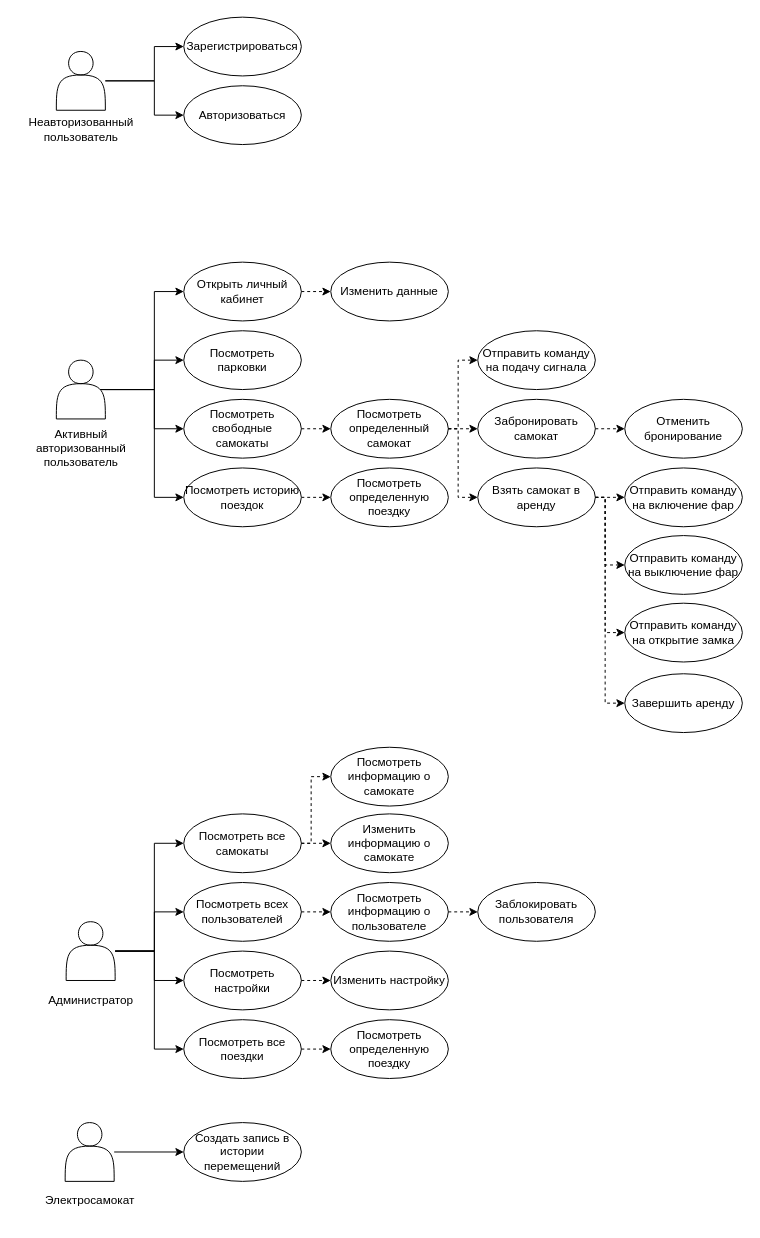
This is docs/inc/img/use-cases.drawio from matveycodes/bmstu-db-cw, a draw.io file, before an edit. Source tidied: cells renumbered, new cells numbered last; positions are measured from the earlier drawing's top-left corner, leaving out a move shared by most shapes. Both pictures are drawn from the tidied source at 98%, with x=0, y=0 at pixel (17, 17).
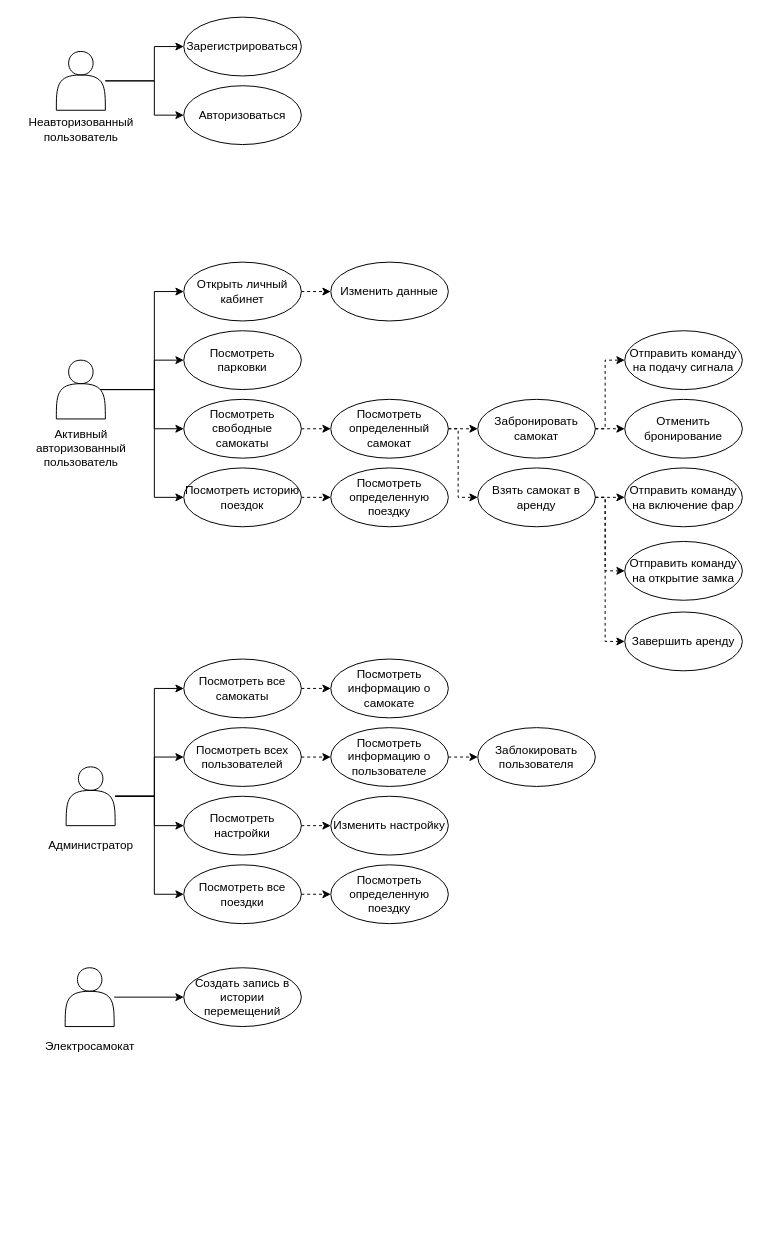
After the change.

Commit message (it also covers changes not shown here):
chore: update use cases

The change refers to these unchanged cells:
```xml
<mxCell id="28" style="shape=actor;whiteSpace=wrap;html=1;" parent="27" vertex="1">
  <mxGeometry x="40" width="50" height="60" as="geometry" />
</mxCell>
<mxCell id="48" value="Взять самокат в аренду" style="ellipse;whiteSpace=wrap;html=1;" parent="1" vertex="1">
  <mxGeometry x="470" y="460" width="120" height="60" as="geometry" />
</mxCell>
<mxCell id="52" value="Забронировать самокат" style="ellipse;whiteSpace=wrap;html=1;" parent="1" vertex="1">
  <mxGeometry x="470" y="390" width="120" height="60" as="geometry" />
</mxCell>
```

Diff of the diagram source:
```diff
@@
-    <mxCell id="12" style="group;" parent="1" vertex="1">
-      <mxGeometry x="170" y="180" width="270" height="550" as="geometry" />
-    </mxCell>
-    <mxCell id="13" value="Открыть личный кабинет" style="ellipse;whiteSpace=wrap;html=1;" parent="12" vertex="1">
-      <mxGeometry y="70" width="120" height="60" as="geometry" />
-    </mxCell>
-    <mxCell id="14" value="Посмотреть парковки" style="ellipse;whiteSpace=wrap;html=1;" parent="12" vertex="1">
-      <mxGeometry y="140" width="120" height="60" as="geometry" />
-    </mxCell>
-    <mxCell id="15" value="Посмотреть свободные самокаты" style="ellipse;whiteSpace=wrap;html=1;" parent="12" vertex="1">
-      <mxGeometry y="210" width="120" height="60" as="geometry" />
-    </mxCell>
-    <mxCell id="16" style="edgeStyle=orthogonalEdgeStyle;rounded=0;jettySize=auto;html=1;exitX=1;exitY=0.5;exitDx=0;exitDy=0;entryX=0;entryY=0.5;entryDx=0;entryDy=0;dashed=1;" parent="12" edge="1" source="17" target="18">
-      <mxGeometry relative="1" as="geometry" />
-    </mxCell>
-    <mxCell id="17" value="Посмотреть историю поездок" style="ellipse;whiteSpace=wrap;html=1;" parent="12" vertex="1">
-      <mxGeometry y="280" width="120" height="60" as="geometry" />
-    </mxCell>
-    <mxCell id="18" value="Посмотреть определенную поездку" style="ellipse;whiteSpace=wrap;html=1;" parent="12" vertex="1">
-      <mxGeometry x="150" y="280" width="120" height="60" as="geometry" />
-    </mxCell>
-    <mxCell id="19" value="Изменить данные" style="ellipse;whiteSpace=wrap;html=1;" parent="12" vertex="1">
-      <mxGeometry x="150" y="70" width="120" height="60" as="geometry" />
-    </mxCell>
-    <mxCell id="20" style="edgeStyle=orthogonalEdgeStyle;rounded=0;jettySize=auto;html=1;exitX=1;exitY=0.5;exitDx=0;exitDy=0;entryX=0;entryY=0.5;entryDx=0;entryDy=0;dashed=1;" parent="12" edge="1" source="13" target="19">
-      <mxGeometry relative="1" as="geometry" />
-    </mxCell>
-    <mxCell id="21" value="Посмотреть определенный самокат" style="ellipse;whiteSpace=wrap;html=1;" parent="12" vertex="1">
-      <mxGeometry x="150" y="210" width="120" height="60" as="geometry" />
-    </mxCell>
-    <mxCell id="22" style="edgeStyle=orthogonalEdgeStyle;rounded=0;jettySize=auto;html=1;exitX=1;exitY=0.5;exitDx=0;exitDy=0;entryX=0;entryY=0.5;entryDx=0;entryDy=0;dashed=1;" parent="12" edge="1" source="15" target="21">
-      <mxGeometry relative="1" as="geometry" />
-    </mxCell>
@@
     <mxCell id="27" style="group;" parent="1" vertex="1">
-      <mxGeometry x="10" y="923" width="140" height="100" as="geometry" />
+      <mxGeometry x="10" y="765" width="140" height="100" as="geometry" />
     </mxCell>
@@
     <mxCell id="30" value="Посмотреть все самокаты" style="ellipse;whiteSpace=wrap;html=1;" parent="1" vertex="1">
-      <mxGeometry x="170" y="813" width="120" height="60" as="geometry" />
+      <mxGeometry x="170" y="655" width="120" height="60" as="geometry" />
     </mxCell>
     <mxCell id="31" value="Посмотреть всех пользователей" style="ellipse;whiteSpace=wrap;html=1;" parent="1" vertex="1">
-      <mxGeometry x="170" y="883" width="120" height="60" as="geometry" />
+      <mxGeometry x="170" y="725" width="120" height="60" as="geometry" />
     </mxCell>
     <mxCell id="32" value="Посмотреть настройки" style="ellipse;whiteSpace=wrap;html=1;" parent="1" vertex="1">
-      <mxGeometry x="170" y="953" width="120" height="60" as="geometry" />
+      <mxGeometry x="170" y="795" width="120" height="60" as="geometry" />
     </mxCell>
     <mxCell id="33" value="Посмотреть определенную поездку" style="ellipse;whiteSpace=wrap;html=1;" parent="1" vertex="1">
-      <mxGeometry x="320" y="1023" width="120" height="60" as="geometry" />
+      <mxGeometry x="320" y="865" width="120" height="60" as="geometry" />
     </mxCell>
     <mxCell id="34" value="Посмотреть все поездки" style="ellipse;whiteSpace=wrap;html=1;" parent="1" vertex="1">
-      <mxGeometry x="170" y="1023" width="120" height="60" as="geometry" />
+      <mxGeometry x="170" y="865" width="120" height="60" as="geometry" />
     </mxCell>
     <mxCell id="35" style="edgeStyle=orthogonalEdgeStyle;rounded=0;jettySize=auto;html=1;entryX=0;entryY=0.5;entryDx=0;entryDy=0;" parent="1" edge="1" source="28" target="30">
       <mxGeometry relative="1" as="geometry">
         <Array as="points">
-          <mxPoint x="140" y="953" />
-          <mxPoint x="140" y="843" />
+          <mxPoint x="140" y="795" />
+          <mxPoint x="140" y="685" />
         </Array>
       </mxGeometry>
     </mxCell>
     <mxCell id="36" style="edgeStyle=orthogonalEdgeStyle;rounded=0;jettySize=auto;html=1;entryX=0;entryY=0.5;entryDx=0;entryDy=0;" parent="1" edge="1" source="28" target="31">
       <mxGeometry relative="1" as="geometry">
         <Array as="points">
-          <mxPoint x="140" y="953" />
-          <mxPoint x="140" y="913" />
+          <mxPoint x="140" y="795" />
+          <mxPoint x="140" y="755" />
         </Array>
       </mxGeometry>
     </mxCell>
     <mxCell id="37" style="edgeStyle=orthogonalEdgeStyle;rounded=0;jettySize=auto;html=1;entryX=0;entryY=0.5;entryDx=0;entryDy=0;" parent="1" edge="1" source="28" target="32">
       <mxGeometry relative="1" as="geometry">
         <Array as="points">
-          <mxPoint x="140" y="953" />
-          <mxPoint x="140" y="983" />
+          <mxPoint x="140" y="795" />
+          <mxPoint x="140" y="825" />
         </Array>
       </mxGeometry>
     </mxCell>
     <mxCell id="38" style="edgeStyle=orthogonalEdgeStyle;rounded=0;jettySize=auto;html=1;entryX=0;entryY=0.5;entryDx=0;entryDy=0;" parent="1" edge="1" source="28" target="34">
       <mxGeometry relative="1" as="geometry">
         <Array as="points">
-          <mxPoint x="140" y="953" />
-          <mxPoint x="140" y="1053" />
+          <mxPoint x="140" y="795" />
+          <mxPoint x="140" y="895" />
         </Array>
       </mxGeometry>
     </mxCell>
     <mxCell id="39" value="Посмотреть информацию о пользователе" style="ellipse;whiteSpace=wrap;html=1;" parent="1" vertex="1">
-      <mxGeometry x="320" y="883" width="120" height="60" as="geometry" />
+      <mxGeometry x="320" y="725" width="120" height="60" as="geometry" />
     </mxCell>
     <mxCell id="40" value="Заблокировать пользователя" style="ellipse;whiteSpace=wrap;html=1;" parent="1" vertex="1">
-      <mxGeometry x="470" y="883" width="120" height="60" as="geometry" />
+      <mxGeometry x="470" y="725" width="120" height="60" as="geometry" />
     </mxCell>
     <mxCell id="41" value="Посмотреть информацию о самокате" style="ellipse;whiteSpace=wrap;html=1;" parent="1" vertex="1">
-      <mxGeometry x="320" y="745" width="120" height="60" as="geometry" />
+      <mxGeometry x="320" y="655" width="120" height="60" as="geometry" />
     </mxCell>
-    <mxCell id="42" value="Изменить информацию о самокате" style="ellipse;whiteSpace=wrap;html=1;" parent="1" vertex="1">
-      <mxGeometry x="320" y="813" width="120" height="60" as="geometry" />
-    </mxCell>
     <mxCell id="43" style="group;" parent="1" vertex="1">
-      <mxGeometry x="9" y="1128" width="130" height="100" as="geometry" />
+      <mxGeometry x="9" y="970" width="130" height="100" as="geometry" />
     </mxCell>
@@
     <mxCell id="46" value="Создать запись в истории перемещений" style="ellipse;whiteSpace=wrap;html=1;" parent="1" vertex="1">
-      <mxGeometry x="170" y="1128" width="120" height="60" as="geometry" />
+      <mxGeometry x="170" y="970" width="120" height="60" as="geometry" />
     </mxCell>
@@
     <mxCell id="49" value="Завершить аренду" style="ellipse;whiteSpace=wrap;html=1;" parent="1" vertex="1">
-      <mxGeometry x="620" y="670" width="120" height="60" as="geometry" />
+      <mxGeometry x="620" y="607" width="120" height="60" as="geometry" />
     </mxCell>
@@
+    <mxCell id="71" style="edgeStyle=orthogonalEdgeStyle;rounded=0;jettySize=auto;html=1;exitX=1;exitY=0.5;exitDx=0;exitDy=0;entryX=0;entryY=0.5;entryDx=0;entryDy=0;dashed=1;" parent="1" edge="1" source="52" target="56">
+      <mxGeometry relative="1" as="geometry">
+        <Array as="points">
+          <mxPoint x="600" y="420" />
+          <mxPoint x="600" y="350" />
+        </Array>
+      </mxGeometry>
+    </mxCell>
@@
     <mxCell id="56" value="Отправить команду на подачу сигнала" style="ellipse;whiteSpace=wrap;html=1;" parent="1" vertex="1">
-      <mxGeometry x="470" y="320" width="120" height="60" as="geometry" />
+      <mxGeometry x="620" y="320" width="120" height="60" as="geometry" />
     </mxCell>
-    <mxCell id="57" style="edgeStyle=orthogonalEdgeStyle;rounded=0;jettySize=auto;html=1;entryX=0;entryY=0.5;entryDx=0;entryDy=0;dashed=1;exitX=1;exitY=0.5;exitDx=0;exitDy=0;" parent="1" edge="1" source="21" target="56">
-      <mxGeometry relative="1" as="geometry">
-        <Array as="points">
-          <mxPoint x="450" y="420" />
-          <mxPoint x="450" y="350" />
-        </Array>
-      </mxGeometry>
-    </mxCell>
     <mxCell id="58" value="Отправить команду на открытие замка" style="ellipse;whiteSpace=wrap;html=1;" parent="1" vertex="1">
-      <mxGeometry x="620" y="598" width="120" height="60" as="geometry" />
+      <mxGeometry x="620" y="535" width="120" height="60" as="geometry" />
     </mxCell>
@@
-    <mxCell id="60" value="Отправить команду на выключение фар" style="ellipse;whiteSpace=wrap;html=1;" parent="1" vertex="1">
-      <mxGeometry x="620" y="529" width="120" height="60" as="geometry" />
-    </mxCell>
-    <mxCell id="61" style="edgeStyle=orthogonalEdgeStyle;rounded=0;jettySize=auto;html=1;entryX=0;entryY=0.5;entryDx=0;entryDy=0;dashed=1;exitX=1;exitY=0.5;exitDx=0;exitDy=0;" parent="1" edge="1" source="48" target="60">
-      <mxGeometry relative="1" as="geometry">
-        <Array as="points">
-          <mxPoint x="600" y="490" />
-          <mxPoint x="600" y="559" />
-        </Array>
-      </mxGeometry>
-    </mxCell>
     <mxCell id="62" style="edgeStyle=orthogonalEdgeStyle;rounded=0;jettySize=auto;html=1;entryX=0;entryY=0.5;entryDx=0;entryDy=0;dashed=1;exitX=1;exitY=0.5;exitDx=0;exitDy=0;" parent="1" edge="1" source="48" target="58">
       <mxGeometry relative="1" as="geometry">
         <Array as="points">
           <mxPoint x="600" y="490" />
-          <mxPoint x="600" y="628" />
+          <mxPoint x="600" y="565" />
         </Array>
       </mxGeometry>
     </mxCell>
     <mxCell id="63" style="edgeStyle=orthogonalEdgeStyle;rounded=0;jettySize=auto;html=1;entryX=0;entryY=0.5;entryDx=0;entryDy=0;dashed=1;exitX=1;exitY=0.5;exitDx=0;exitDy=0;" parent="1" edge="1" source="48" target="49">
       <mxGeometry relative="1" as="geometry">
         <Array as="points">
           <mxPoint x="600" y="490" />
-          <mxPoint x="600" y="700" />
+          <mxPoint x="600" y="637" />
         </Array>
       </mxGeometry>
     </mxCell>
     <mxCell id="64" value="Изменить настройку" style="ellipse;whiteSpace=wrap;html=1;" parent="1" vertex="1">
-      <mxGeometry x="320" y="953" width="120" height="60" as="geometry" />
+      <mxGeometry x="320" y="795" width="120" height="60" as="geometry" />
     </mxCell>
@@
-    <mxCell id="68" style="edgeStyle=orthogonalEdgeStyle;rounded=0;jettySize=auto;html=1;entryX=0;entryY=0.5;entryDx=0;entryDy=0;dashed=1;exitX=1;exitY=0.5;exitDx=0;exitDy=0;" parent="1" edge="1" source="30" target="42">
-      <mxGeometry relative="1" as="geometry" />
-    </mxCell>
     <mxCell id="69" style="edgeStyle=orthogonalEdgeStyle;rounded=0;jettySize=auto;html=1;entryX=0;entryY=0.5;entryDx=0;entryDy=0;dashed=1;exitX=1;exitY=0.5;exitDx=0;exitDy=0;" parent="1" edge="1" source="30" target="41">
       <mxGeometry relative="1" as="geometry">
         <Array as="points">
-          <mxPoint x="300" y="843" />
-          <mxPoint x="300" y="775" />
+          <mxPoint x="310" y="685" />
+          <mxPoint x="310" y="685" />
         </Array>
       </mxGeometry>
     </mxCell>
@@
+    <mxCell id="13" value="Открыть личный кабинет" style="ellipse;whiteSpace=wrap;html=1;" parent="1" vertex="1">
+      <mxGeometry x="170" y="250" width="120" height="60" as="geometry" />
+    </mxCell>
+    <mxCell id="14" value="Посмотреть парковки" style="ellipse;whiteSpace=wrap;html=1;" parent="1" vertex="1">
+      <mxGeometry x="170" y="320" width="120" height="60" as="geometry" />
+    </mxCell>
+    <mxCell id="15" value="Посмотреть свободные самокаты" style="ellipse;whiteSpace=wrap;html=1;" parent="1" vertex="1">
+      <mxGeometry x="170" y="390" width="120" height="60" as="geometry" />
+    </mxCell>
+    <mxCell id="16" style="edgeStyle=orthogonalEdgeStyle;rounded=0;jettySize=auto;html=1;exitX=1;exitY=0.5;exitDx=0;exitDy=0;entryX=0;entryY=0.5;entryDx=0;entryDy=0;dashed=1;" parent="1" edge="1" source="17" target="18">
+      <mxGeometry relative="1" as="geometry" />
+    </mxCell>
+    <mxCell id="17" value="Посмотреть историю поездок" style="ellipse;whiteSpace=wrap;html=1;" parent="1" vertex="1">
+      <mxGeometry x="170" y="460" width="120" height="60" as="geometry" />
+    </mxCell>
+    <mxCell id="18" value="Посмотреть определенную поездку" style="ellipse;whiteSpace=wrap;html=1;" parent="1" vertex="1">
+      <mxGeometry x="320" y="460" width="120" height="60" as="geometry" />
+    </mxCell>
+    <mxCell id="19" value="Изменить данные" style="ellipse;whiteSpace=wrap;html=1;" parent="1" vertex="1">
+      <mxGeometry x="320" y="250" width="120" height="60" as="geometry" />
+    </mxCell>
+    <mxCell id="20" style="edgeStyle=orthogonalEdgeStyle;rounded=0;jettySize=auto;html=1;exitX=1;exitY=0.5;exitDx=0;exitDy=0;entryX=0;entryY=0.5;entryDx=0;entryDy=0;dashed=1;" parent="1" edge="1" source="13" target="19">
+      <mxGeometry relative="1" as="geometry" />
+    </mxCell>
+    <mxCell id="21" value="Посмотреть определенный самокат" style="ellipse;whiteSpace=wrap;html=1;" parent="1" vertex="1">
+      <mxGeometry x="320" y="390" width="120" height="60" as="geometry" />
+    </mxCell>
+    <mxCell id="22" style="edgeStyle=orthogonalEdgeStyle;rounded=0;jettySize=auto;html=1;exitX=1;exitY=0.5;exitDx=0;exitDy=0;entryX=0;entryY=0.5;entryDx=0;entryDy=0;dashed=1;" parent="1" edge="1" source="15" target="21">
+      <mxGeometry relative="1" as="geometry" />
+    </mxCell>
```
